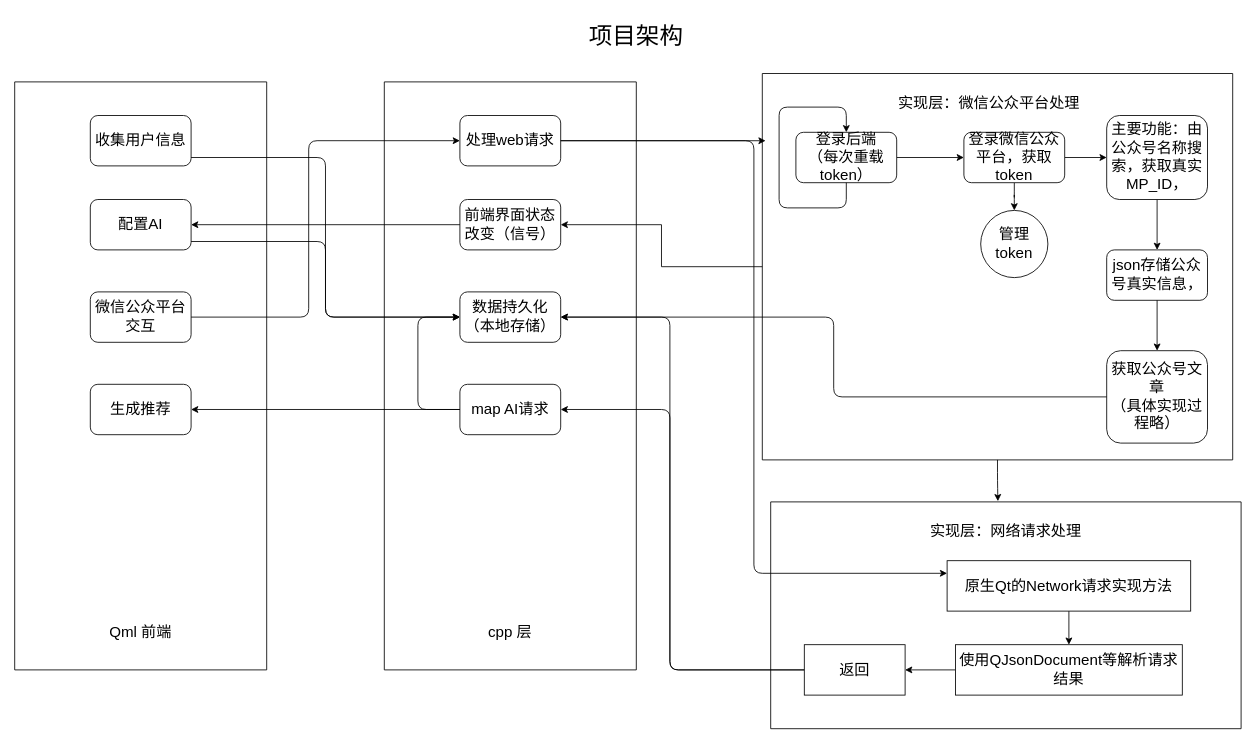
AkirTech/NKU_InFollows keeps this draw.io diagram as 项目架构.drawio. Above is the earlier version. Source tidied: cells renumbered, new cells numbered last; positions are measured from the earlier drawing's top-left corner, leaving out a move shared by most shapes. Both pictures are drawn from the tidied source at 84%, with x=0, y=0 at pixel (14, 14).
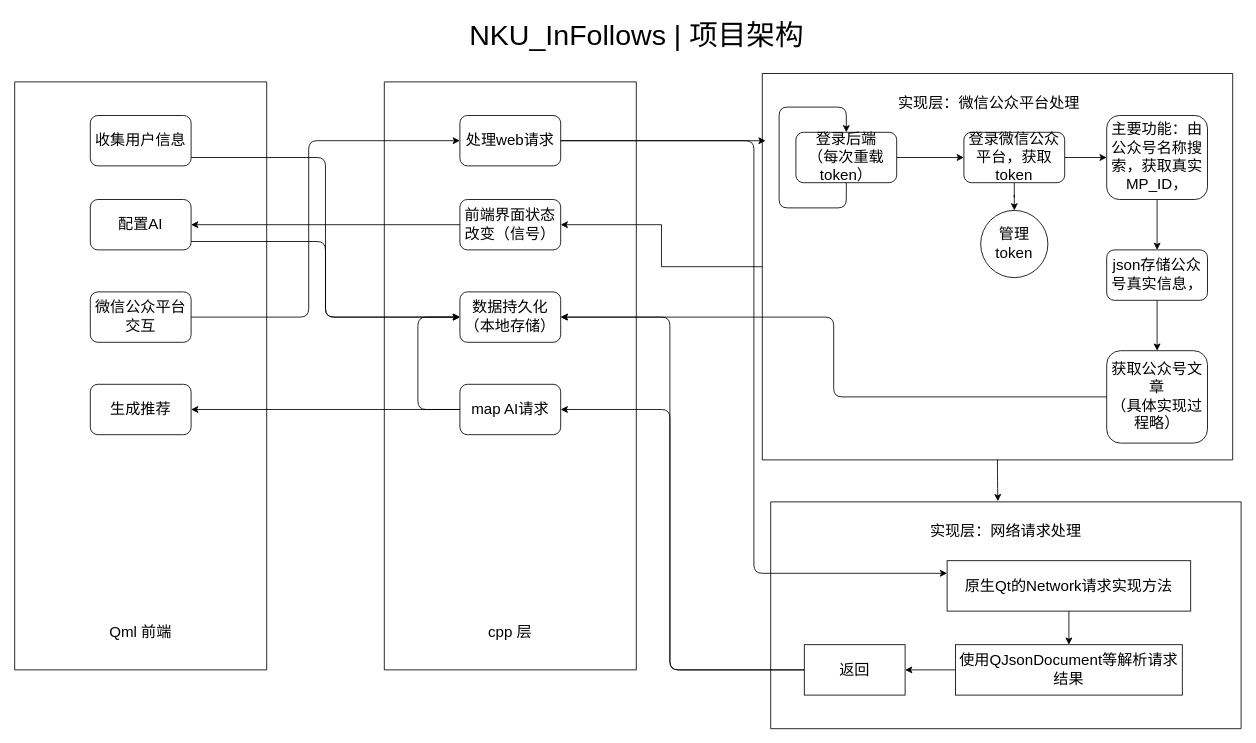
The same page after the edit.

The edit, as a diff of the source:
```diff
@@
-    <mxCell id="2" value="&lt;font&gt;项目架构&lt;/font&gt;" style="text;html=1;whiteSpace=wrap;strokeColor=none;fillColor=none;align=center;verticalAlign=middle;rounded=1;fontSize=28;" parent="1" vertex="1">
-      <mxGeometry x="545" width="390" height="50" as="geometry" />
+    <mxCell id="2" value="&lt;font&gt;NKU_InFollows | 项目架构&lt;/font&gt;" style="text;html=1;whiteSpace=wrap;strokeColor=none;fillColor=none;align=center;verticalAlign=middle;rounded=1;fontSize=34;" parent="1" vertex="1">
+      <mxGeometry x="473" width="535" height="50" as="geometry" />
     </mxCell>
```
